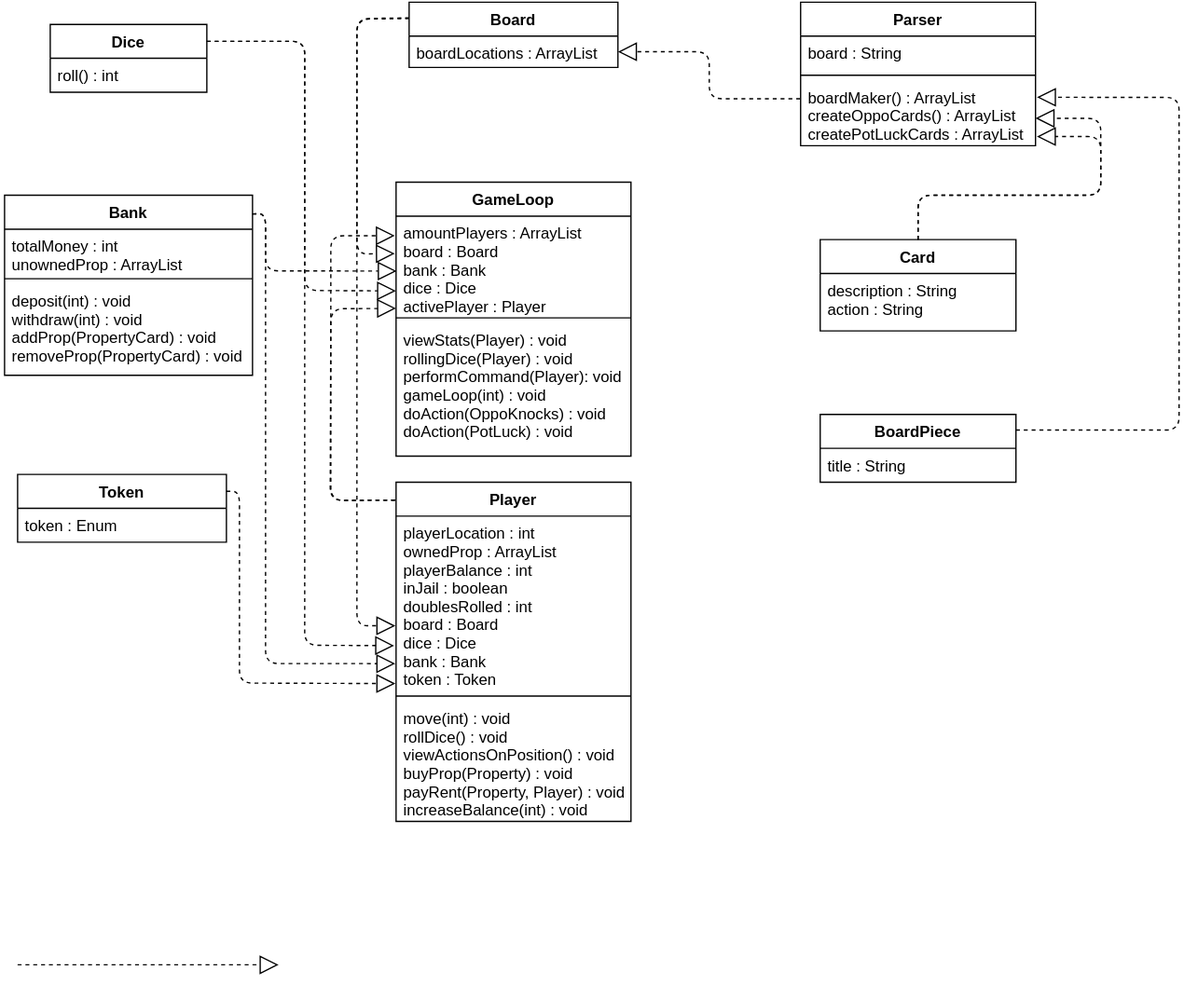
The draw.io diagram DevelopmentDocuments/Sprint3/images/UML3.svg in asp28/PropertyTycoon, before a commit. Source tidied: cells renumbered, new cells last; positions are measured from the earlier drawing's top-left corner, leaving out a move shared by most shapes. Its diagram source:
```xml
<mxGraphModel>
  <root>
    <mxCell id="0" />
    <mxCell id="1" parent="0" />
    <mxCell id="2" value="Parser" style="swimlane;fontStyle=1;align=center;verticalAlign=top;horizontal=1;startSize=26;" parent="1" vertex="1">
      <mxGeometry x="610" width="180" height="110" as="geometry" />
    </mxCell>
    <mxCell id="3" value="board : String" style="text;strokeColor=none;fillColor=none;align=left;verticalAlign=top;spacingLeft=4;spacingRight=4;overflow=hidden;" parent="2" vertex="1">
      <mxGeometry y="26" width="180" height="26" as="geometry" />
    </mxCell>
    <mxCell id="4" style="line;strokeWidth=1;fillColor=none;align=left;verticalAlign=middle;spacingTop=-1;spacingLeft=3;spacingRight=3;labelPosition=right;" parent="2" vertex="1">
      <mxGeometry y="52" width="180" height="8" as="geometry" />
    </mxCell>
    <mxCell id="5" value="boardMaker() : ArrayList&#10;createOppoCards() : ArrayList&#10;createPotLuckCards : ArrayList" style="text;strokeColor=none;fillColor=none;align=left;verticalAlign=top;spacingLeft=4;spacingRight=4;overflow=hidden;points=[[0,0.5],[1,0.5]];portConstraint=eastwest;" parent="2" vertex="1">
      <mxGeometry y="60" width="180" height="50" as="geometry" />
    </mxCell>
    <mxCell id="6" value="Board" style="swimlane;fontStyle=1;align=center;verticalAlign=top;horizontal=1;startSize=26;" parent="1" vertex="1">
      <mxGeometry x="310" width="160" height="50" as="geometry" />
    </mxCell>
    <mxCell id="7" value="boardLocations : ArrayList&#10;" style="text;strokeColor=none;fillColor=none;align=left;verticalAlign=top;spacingLeft=4;spacingRight=4;overflow=hidden;points=[[0,0.5],[1,0.5]];portConstraint=eastwest;" parent="6" vertex="1">
      <mxGeometry y="26" width="160" height="24" as="geometry" />
    </mxCell>
    <mxCell id="8" style="line;strokeWidth=1;fillColor=none;align=left;verticalAlign=middle;spacingTop=-1;spacingLeft=3;spacingRight=3;labelPosition=right;" parent="6" vertex="1">
      <mxGeometry y="50" width="160" as="geometry" />
    </mxCell>
    <mxCell id="9" value="GameLoop" style="swimlane;fontStyle=1;align=center;verticalAlign=top;horizontal=1;startSize=26;" parent="1" vertex="1">
      <mxGeometry x="300" y="138" width="180" height="210" as="geometry" />
    </mxCell>
    <mxCell id="10" value="amountPlayers : ArrayList&#10;board : Board&#10;bank : Bank&#10;dice : Dice&#10;activePlayer : Player" style="text;strokeColor=none;fillColor=none;align=left;verticalAlign=top;spacingLeft=4;spacingRight=4;overflow=hidden;points=[[0,0.5],[1,0.5]];portConstraint=eastwest;" parent="9" vertex="1">
      <mxGeometry y="26" width="180" height="74" as="geometry" />
    </mxCell>
    <mxCell id="11" style="line;strokeWidth=1;fillColor=none;align=left;verticalAlign=middle;spacingTop=-1;spacingLeft=3;spacingRight=3;labelPosition=right;" parent="9" vertex="1">
      <mxGeometry y="100" width="180" height="8" as="geometry" />
    </mxCell>
    <mxCell id="12" value="viewStats(Player) : void&#10;rollingDice(Player) : void&#10;performCommand(Player): void&#10;gameLoop(int) : void&#10;doAction(OppoKnocks) : void&#10;doAction(PotLuck) : void" style="text;strokeColor=none;fillColor=none;align=left;verticalAlign=top;spacingLeft=4;spacingRight=4;overflow=hidden;" parent="9" vertex="1">
      <mxGeometry y="108" width="180" height="102" as="geometry" />
    </mxCell>
    <mxCell id="13" value="Player" style="swimlane;fontStyle=1;align=center;verticalAlign=top;horizontal=1;startSize=26;" parent="1" vertex="1">
      <mxGeometry x="300" y="368" width="180" height="260" as="geometry" />
    </mxCell>
    <mxCell id="14" value="playerLocation : int&#10;ownedProp : ArrayList&#10;playerBalance : int&#10;inJail : boolean&#10;doublesRolled : int&#10;board : Board&#10;dice : Dice&#10;bank : Bank&#10;token : Token&#10;" style="text;strokeColor=none;fillColor=none;align=left;verticalAlign=top;spacingLeft=4;spacingRight=4;overflow=hidden;points=[[0,0.5],[1,0.5]];portConstraint=eastwest;" parent="13" vertex="1">
      <mxGeometry y="26" width="180" height="134" as="geometry" />
    </mxCell>
    <mxCell id="15" style="line;strokeWidth=1;fillColor=none;align=left;verticalAlign=middle;spacingTop=-1;spacingLeft=3;spacingRight=3;labelPosition=right;" parent="13" vertex="1">
      <mxGeometry y="160" width="180" height="8" as="geometry" />
    </mxCell>
    <mxCell id="16" value="move(int) : void&#10;rollDice() : void&#10;viewActionsOnPosition() : void&#10;buyProp(Property) : void&#10;payRent(Property, Player) : void&#10;increaseBalance(int) : void" style="text;strokeColor=none;fillColor=none;align=left;verticalAlign=top;spacingLeft=4;spacingRight=4;overflow=hidden;" parent="13" vertex="1">
      <mxGeometry y="168" width="180" height="92" as="geometry" />
    </mxCell>
    <mxCell id="17" value="Bank" style="swimlane;fontStyle=1;align=center;verticalAlign=top;horizontal=1;startSize=26;" parent="1" vertex="1">
      <mxGeometry y="148" width="190" height="138" as="geometry" />
    </mxCell>
    <mxCell id="18" value="totalMoney : int&#10;unownedProp : ArrayList" style="text;strokeColor=none;fillColor=none;align=left;verticalAlign=top;spacingLeft=4;spacingRight=4;overflow=hidden;" parent="17" vertex="1">
      <mxGeometry y="26" width="190" height="34" as="geometry" />
    </mxCell>
    <mxCell id="19" style="line;strokeWidth=1;fillColor=none;align=left;verticalAlign=middle;spacingTop=-1;spacingLeft=3;spacingRight=3;labelPosition=right;" parent="17" vertex="1">
      <mxGeometry y="60" width="190" height="8" as="geometry" />
    </mxCell>
    <mxCell id="20" value="deposit(int) : void&#10;withdraw(int) : void&#10;addProp(PropertyCard) : void&#10;removeProp(PropertyCard) : void" style="text;strokeColor=none;fillColor=none;align=left;verticalAlign=top;spacingLeft=4;spacingRight=4;overflow=hidden;" parent="17" vertex="1">
      <mxGeometry y="68" width="190" height="70" as="geometry" />
    </mxCell>
    <mxCell id="21" value="Dice" style="swimlane;fontStyle=1;align=center;verticalAlign=top;horizontal=1;startSize=26;" parent="1" vertex="1">
      <mxGeometry x="35" y="17" width="120" height="52" as="geometry" />
    </mxCell>
    <mxCell id="22" value="roll() : int" style="text;strokeColor=none;fillColor=none;align=left;verticalAlign=top;spacingLeft=4;spacingRight=4;overflow=hidden;" parent="21" vertex="1">
      <mxGeometry y="26" width="120" height="26" as="geometry" />
    </mxCell>
    <mxCell id="23" value="Token" style="swimlane;fontStyle=1;align=center;verticalAlign=top;horizontal=1;startSize=26;" parent="1" vertex="1">
      <mxGeometry x="10" y="362" width="160" height="52" as="geometry" />
    </mxCell>
    <mxCell id="24" value="token : Enum" style="text;strokeColor=none;fillColor=none;align=left;verticalAlign=top;spacingLeft=4;spacingRight=4;overflow=hidden;" parent="23" vertex="1">
      <mxGeometry y="26" width="160" height="26" as="geometry" />
    </mxCell>
    <mxCell id="25" style="endArrow=block;html=1;endFill=0;endSize=12;dashed=1;" parent="1" edge="1">
      <mxGeometry relative="1" as="geometry">
        <mxPoint x="10" y="738" as="sourcePoint" />
        <mxPoint x="210" y="738" as="targetPoint" />
      </mxGeometry>
    </mxCell>
    <mxCell id="26" value="Card" style="swimlane;fontStyle=1;align=center;verticalAlign=top;horizontal=1;startSize=26;" parent="1" vertex="1">
      <mxGeometry x="625" y="182" width="150" height="70" as="geometry" />
    </mxCell>
    <mxCell id="27" value="description : String&#10;action : String" style="text;strokeColor=none;fillColor=none;align=left;verticalAlign=top;spacingLeft=4;spacingRight=4;overflow=hidden;" parent="26" vertex="1">
      <mxGeometry y="26" width="150" height="44" as="geometry" />
    </mxCell>
    <mxCell id="28" value="BoardPiece" style="swimlane;fontStyle=1;align=center;verticalAlign=top;horizontal=1;startSize=26;" parent="1" vertex="1">
      <mxGeometry x="625" y="316" width="150" height="52" as="geometry" />
    </mxCell>
    <mxCell id="29" value="title : String" style="text;strokeColor=none;fillColor=none;align=left;verticalAlign=top;spacingLeft=4;spacingRight=4;overflow=hidden;" parent="28" vertex="1">
      <mxGeometry y="26" width="150" height="26" as="geometry" />
    </mxCell>
    <mxCell id="30" style="endArrow=block;html=1;endFill=0;endSize=12;dashed=1;entryX=1.006;entryY=0.257;entryDx=0;entryDy=0;entryPerimeter=0;" parent="1" edge="1" target="5">
      <mxGeometry relative="1" as="geometry">
        <mxPoint x="775" y="328" as="sourcePoint" />
        <Array as="points">
          <mxPoint x="900" y="328" />
          <mxPoint x="900" y="73" />
        </Array>
      </mxGeometry>
    </mxCell>
    <mxCell id="31" style="endArrow=block;html=1;endFill=0;endSize=12;dashed=1;exitX=0.5;exitY=0;exitDx=0;exitDy=0;" parent="1" edge="1" source="26">
      <mxGeometry relative="1" as="geometry">
        <mxPoint x="790" y="89" as="targetPoint" />
        <Array as="points">
          <mxPoint x="700" y="148" />
          <mxPoint x="840" y="148" />
          <mxPoint x="840" y="89" />
        </Array>
      </mxGeometry>
    </mxCell>
    <mxCell id="32" style="endArrow=block;html=1;endFill=0;endSize=12;dashed=1;exitX=0.5;exitY=0;exitDx=0;exitDy=0;" parent="1" edge="1">
      <mxGeometry relative="1" as="geometry">
        <mxPoint x="700" y="182" as="sourcePoint" />
        <mxPoint x="791" y="103" as="targetPoint" />
        <Array as="points">
          <mxPoint x="700" y="148" />
          <mxPoint x="840" y="148" />
          <mxPoint x="840" y="103" />
        </Array>
      </mxGeometry>
    </mxCell>
    <mxCell id="33" style="endArrow=block;html=1;endFill=0;endSize=12;dashed=1;entryX=1;entryY=0.5;entryDx=0;entryDy=0;exitX=-0.002;exitY=0.28;exitDx=0;exitDy=0;exitPerimeter=0;" parent="1" edge="1" source="5" target="7">
      <mxGeometry relative="1" as="geometry">
        <Array as="points">
          <mxPoint x="540" y="74" />
          <mxPoint x="540" y="38" />
        </Array>
      </mxGeometry>
    </mxCell>
    <mxCell id="34" style="endArrow=block;html=1;endFill=0;endSize=12;dashed=1;exitX=0;exitY=0.25;exitDx=0;exitDy=0;entryX=-0.005;entryY=0.389;entryDx=0;entryDy=0;entryPerimeter=0;" parent="1" edge="1" source="6" target="10">
      <mxGeometry relative="1" as="geometry">
        <Array as="points">
          <mxPoint x="270" y="13" />
          <mxPoint x="270" y="193" />
        </Array>
      </mxGeometry>
    </mxCell>
    <mxCell id="35" style="endArrow=block;html=1;endFill=0;endSize=12;dashed=1;exitX=-0.003;exitY=0.053;exitDx=0;exitDy=0;exitPerimeter=0;entryX=-0.005;entryY=0.203;entryDx=0;entryDy=0;entryPerimeter=0;" parent="1" edge="1" source="13" target="10">
      <mxGeometry relative="1" as="geometry">
        <Array as="points">
          <mxPoint x="250" y="382" />
          <mxPoint x="250" y="179" />
        </Array>
      </mxGeometry>
    </mxCell>
    <mxCell id="36" style="endArrow=block;html=1;endFill=0;endSize=12;dashed=1;exitX=-0.003;exitY=0.053;exitDx=0;exitDy=0;exitPerimeter=0;entryX=0;entryY=0.956;entryDx=0;entryDy=0;entryPerimeter=0;" parent="1" edge="1" target="10">
      <mxGeometry relative="1" as="geometry">
        <mxPoint x="299" y="381.8" as="sourcePoint" />
        <Array as="points">
          <mxPoint x="249.5" y="382" />
          <mxPoint x="250" y="235" />
        </Array>
      </mxGeometry>
    </mxCell>
    <mxCell id="37" style="endArrow=block;html=1;endFill=0;endSize=12;dashed=1;exitX=1;exitY=0.104;exitDx=0;exitDy=0;exitPerimeter=0;entryX=0.003;entryY=0.569;entryDx=0;entryDy=0;entryPerimeter=0;" parent="1" edge="1" source="17" target="10">
      <mxGeometry relative="1" as="geometry">
        <Array as="points">
          <mxPoint x="200" y="162" />
          <mxPoint x="200" y="206" />
        </Array>
      </mxGeometry>
    </mxCell>
    <mxCell id="38" style="endArrow=block;html=1;endFill=0;endSize=12;dashed=1;exitX=1;exitY=0.25;exitDx=0;exitDy=0;entryX=0;entryY=0.775;entryDx=0;entryDy=0;entryPerimeter=0;" parent="1" edge="1" source="21" target="10">
      <mxGeometry relative="1" as="geometry">
        <Array as="points">
          <mxPoint x="230" y="30" />
          <mxPoint x="230" y="221" />
        </Array>
      </mxGeometry>
    </mxCell>
    <mxCell id="39" style="endArrow=block;html=1;endFill=0;endSize=12;dashed=1;exitX=1;exitY=0.25;exitDx=0;exitDy=0;entryX=-0.003;entryY=0.958;entryDx=0;entryDy=0;entryPerimeter=0;" parent="1" edge="1" source="23" target="14">
      <mxGeometry relative="1" as="geometry">
        <Array as="points">
          <mxPoint x="180" y="375" />
          <mxPoint x="180" y="522" />
        </Array>
      </mxGeometry>
    </mxCell>
    <mxCell id="40" style="endArrow=block;html=1;endFill=0;endSize=12;dashed=1;exitX=0;exitY=0.25;exitDx=0;exitDy=0;entryX=-0.003;entryY=0.627;entryDx=0;entryDy=0;entryPerimeter=0;" parent="1" edge="1" target="14">
      <mxGeometry relative="1" as="geometry">
        <mxPoint x="310" y="12" as="sourcePoint" />
        <Array as="points">
          <mxPoint x="270" y="12.5" />
          <mxPoint x="270" y="478" />
        </Array>
      </mxGeometry>
    </mxCell>
    <mxCell id="41" style="endArrow=block;html=1;endFill=0;endSize=12;dashed=1;exitX=1;exitY=0.25;exitDx=0;exitDy=0;entryX=-0.008;entryY=0.741;entryDx=0;entryDy=0;entryPerimeter=0;" parent="1" edge="1" target="14">
      <mxGeometry relative="1" as="geometry">
        <mxPoint x="155" y="30" as="sourcePoint" />
        <Array as="points">
          <mxPoint x="230" y="30" />
          <mxPoint x="230" y="493" />
        </Array>
      </mxGeometry>
    </mxCell>
    <mxCell id="42" style="endArrow=block;html=1;endFill=0;endSize=12;dashed=1;exitX=1;exitY=0.104;exitDx=0;exitDy=0;exitPerimeter=0;entryX=-0.003;entryY=0.844;entryDx=0;entryDy=0;entryPerimeter=0;" parent="1" edge="1" target="14">
      <mxGeometry relative="1" as="geometry">
        <mxPoint x="190" y="162.4" as="sourcePoint" />
        <Array as="points">
          <mxPoint x="200" y="162" />
          <mxPoint x="200" y="507" />
        </Array>
      </mxGeometry>
    </mxCell>
  </root>
</mxGraphModel>
```
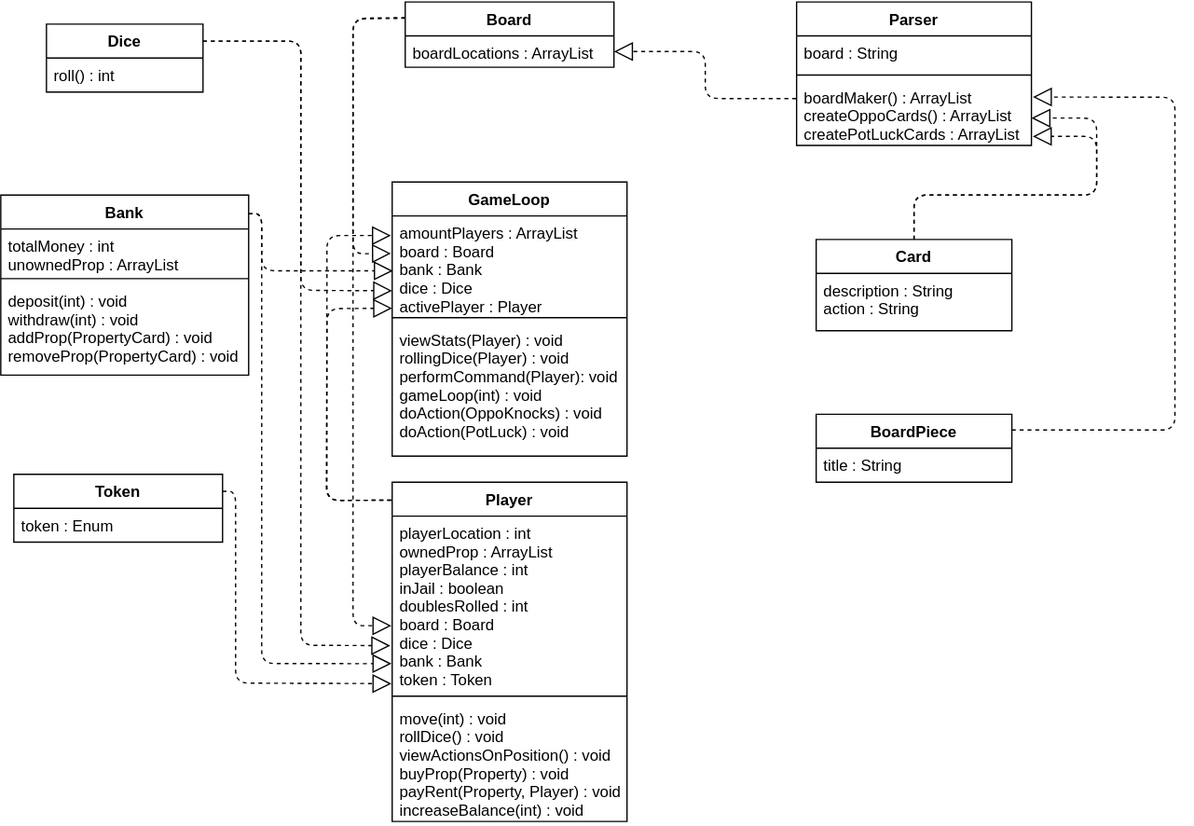
The same diagram one commit later.

The edit, as a diff of the source:
```diff
@@ -71,12 +71,6 @@
     <mxCell id="24" value="token : Enum" style="text;strokeColor=none;fillColor=none;align=left;verticalAlign=top;spacingLeft=4;spacingRight=4;overflow=hidden;" parent="23" vertex="1">
       <mxGeometry y="26" width="160" height="26" as="geometry" />
     </mxCell>
-    <mxCell id="25" style="endArrow=block;html=1;endFill=0;endSize=12;dashed=1;" parent="1" edge="1">
-      <mxGeometry relative="1" as="geometry">
-        <mxPoint x="10" y="738" as="sourcePoint" />
-        <mxPoint x="210" y="738" as="targetPoint" />
-      </mxGeometry>
-    </mxCell>
     <mxCell id="26" value="Card" style="swimlane;fontStyle=1;align=center;verticalAlign=top;horizontal=1;startSize=26;" parent="1" vertex="1">
       <mxGeometry x="625" y="182" width="150" height="70" as="geometry" />
     </mxCell>
```
